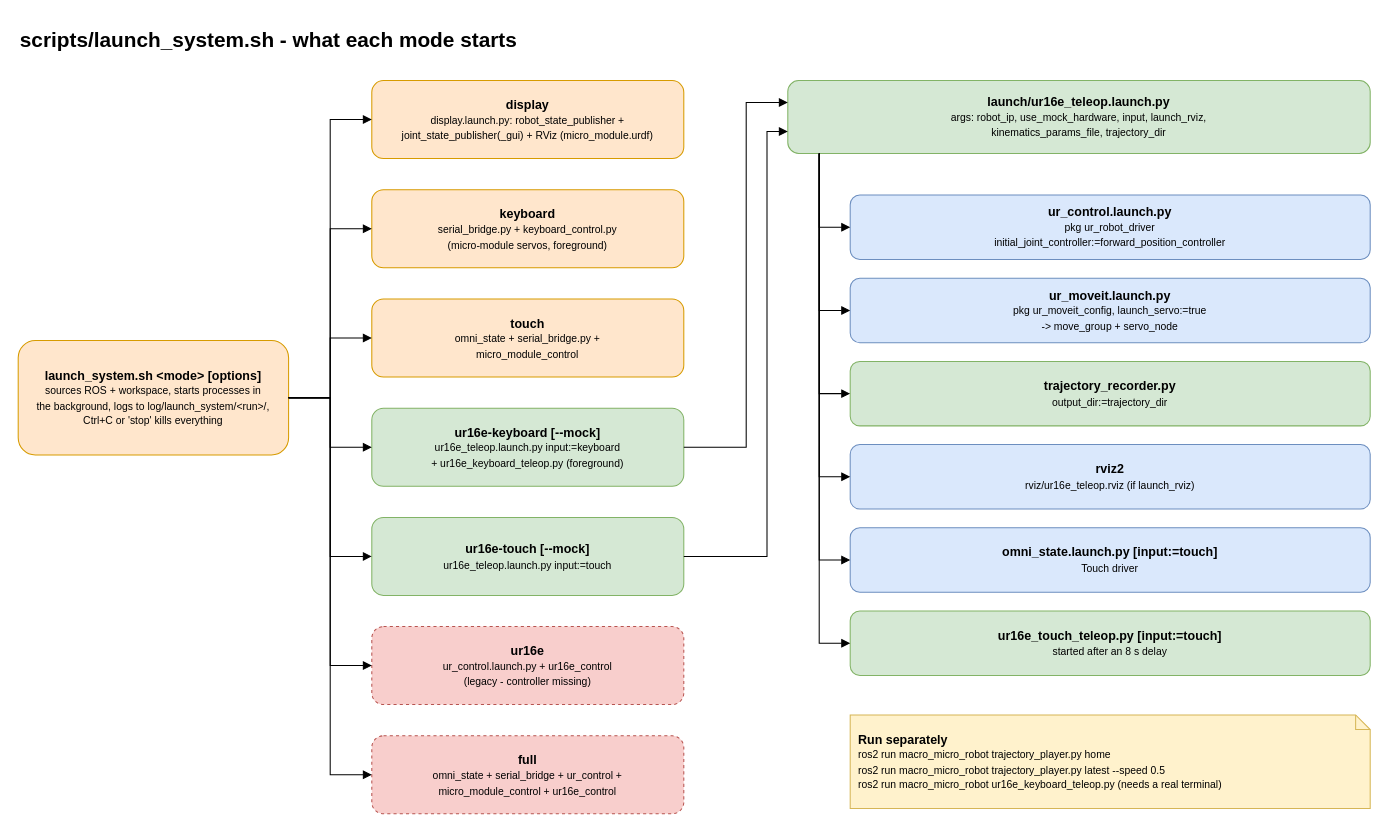
aknipey/MacroMicroSurgicalRobot keeps this draw.io diagram as page "2 Launching" (2 of 4) of docs/system_architecture.drawio. Above is the earlier version. Source tidied: cells renumbered, new cells numbered last; positions are measured from the earlier drawing's top-left corner, leaving out a move shared by most shapes. Both pictures are drawn from the tidied source at 104%, with x=0, y=0 at pixel (18, 18).
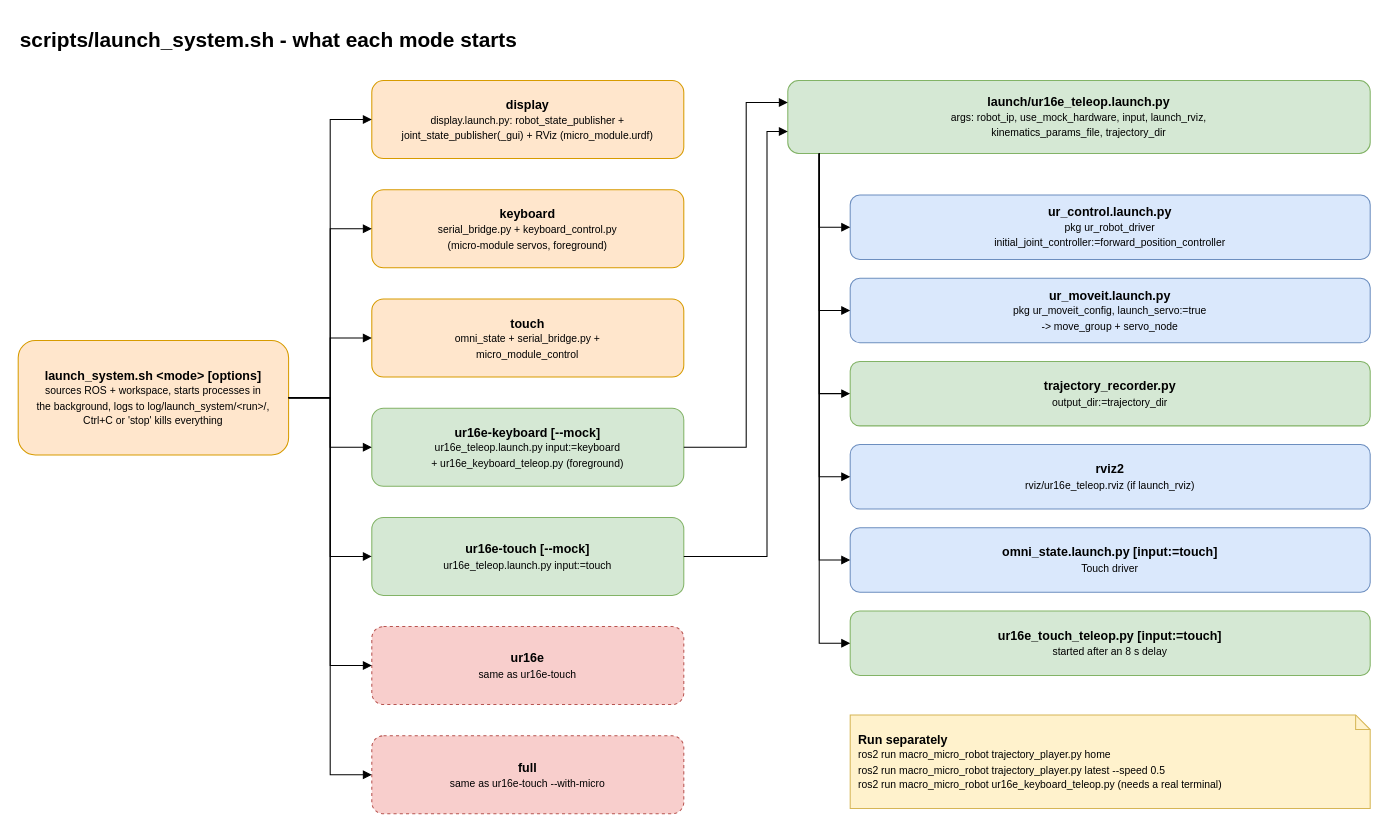
After the change.

The edit, as a diff of the source:
```diff
@@
-    <mxCell id="14" value="&lt;b&gt;ur16e&lt;/b&gt;&lt;br&gt;&lt;font style='font-size:10px'&gt;ur_control.launch.py + ur16e_control&lt;br&gt;(legacy - controller missing)&lt;/font&gt;" style="rounded=1;whiteSpace=wrap;html=1;fillColor=#f8cecc;strokeColor=#b85450;dashed=1;" parent="1" vertex="1">
+    <mxCell id="14" value="&lt;b&gt;ur16e&lt;/b&gt;&lt;br&gt;&lt;font style='font-size:10px'&gt;same as ur16e-touch&lt;/font&gt;" style="rounded=1;whiteSpace=wrap;html=1;fillColor=#f8cecc;strokeColor=#b85450;dashed=1;" parent="1" vertex="1">
       <mxGeometry x="340" y="585" width="300" height="75" as="geometry" />
     </mxCell>
@@
-    <mxCell id="16" value="&lt;b&gt;full&lt;/b&gt;&lt;br&gt;&lt;font style='font-size:10px'&gt;omni_state + serial_bridge + ur_control +&lt;br&gt;micro_module_control + ur16e_control&lt;/font&gt;" style="rounded=1;whiteSpace=wrap;html=1;fillColor=#f8cecc;strokeColor=#b85450;dashed=1;" parent="1" vertex="1">
+    <mxCell id="16" value="&lt;b&gt;full&lt;/b&gt;&lt;br&gt;&lt;font style='font-size:10px'&gt;same as ur16e-touch --with-micro&lt;/font&gt;" style="rounded=1;whiteSpace=wrap;html=1;fillColor=#f8cecc;strokeColor=#b85450;dashed=1;" parent="1" vertex="1">
       <mxGeometry x="340" y="690" width="300" height="75" as="geometry" />
     </mxCell>
```
